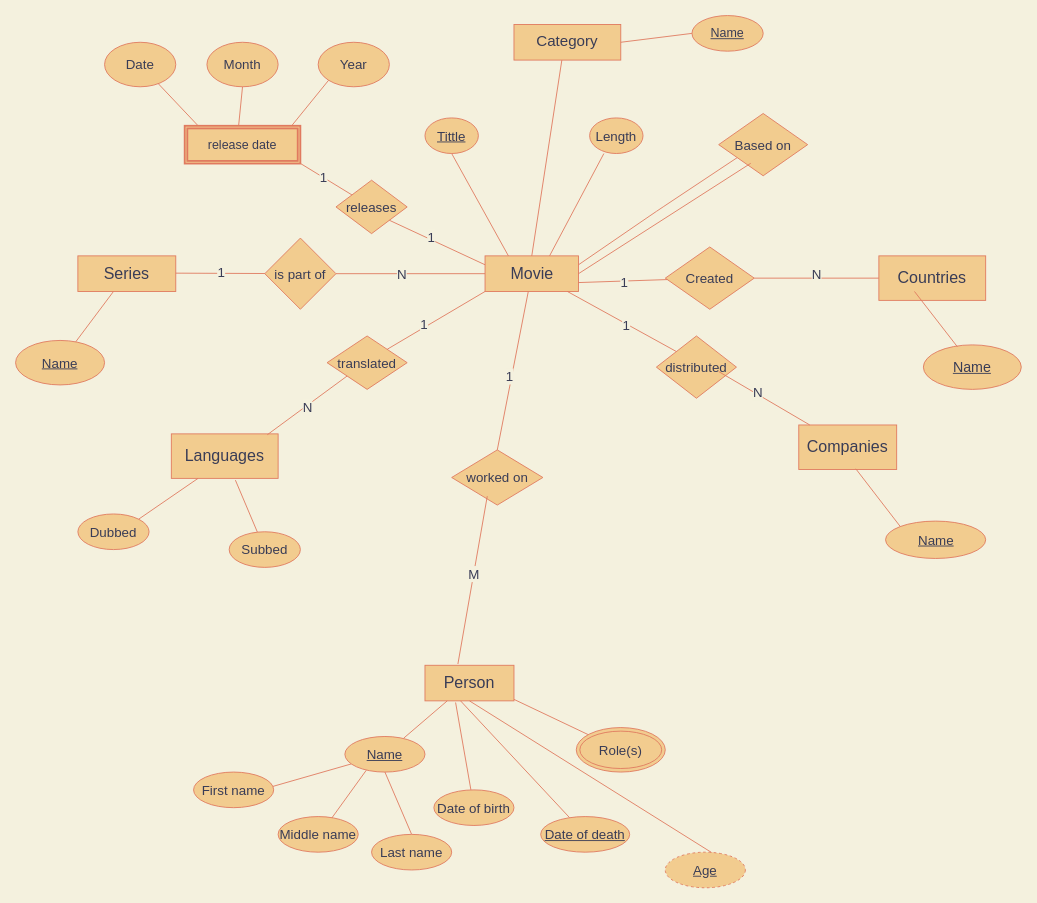
Earlier version of the draw.io diagram Database Entity-relationship model.drawio (anniehuynh/Database-Entity-relationship-model). Source tidied: cells renumbered, new cells numbered last; positions are measured from the earlier drawing's top-left corner, leaving out a move shared by most shapes. Both pictures are drawn from the tidied source at 89%, with x=0, y=0 at pixel (15, 15).
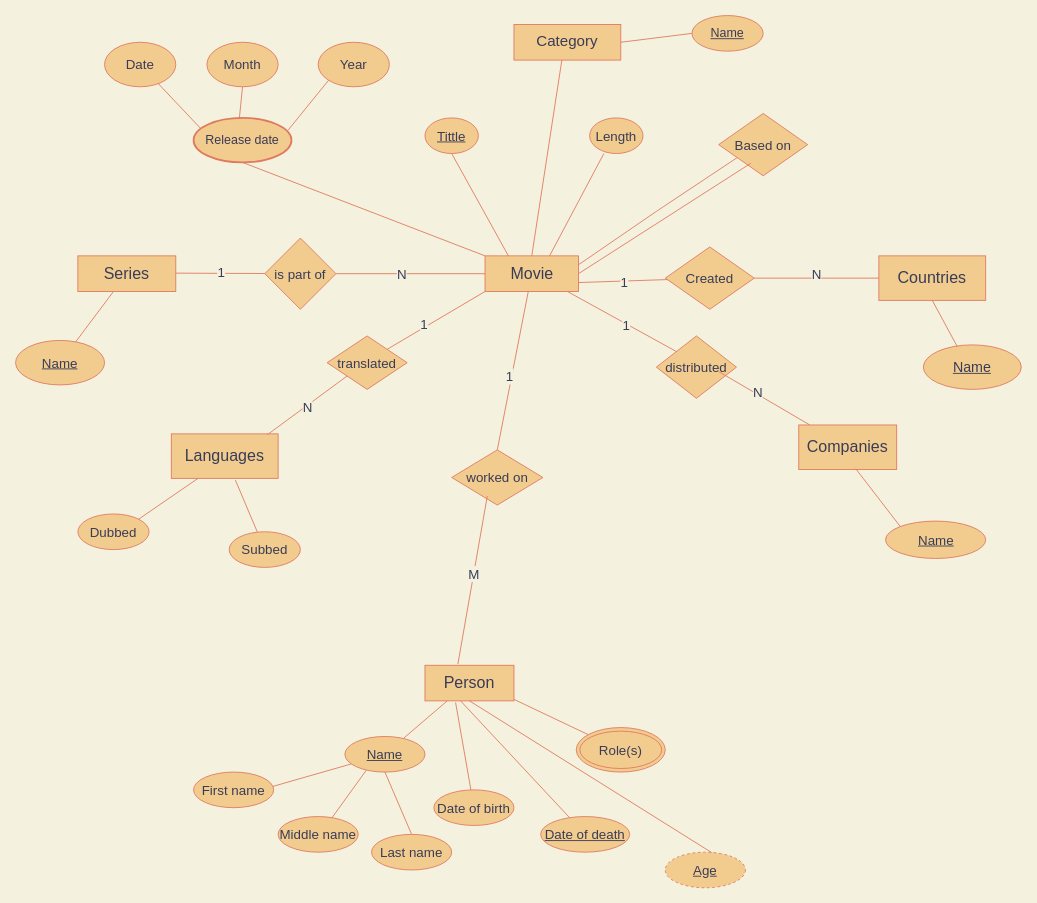
Above is the later version.

The change refers to these unchanged cells:
```xml
<mxCell id="2" value="&lt;font style=&quot;font-size: 18px&quot;&gt;Movie&lt;/font&gt;" style="rounded=0;whiteSpace=wrap;html=1;fillColor=#F2CC8F;strokeColor=#E07A5F;fontColor=#393C56;" parent="1" vertex="1">
  <mxGeometry x="527.5" y="270" width="105" height="40" as="geometry" />
</mxCell>
<mxCell id="7" value="&lt;font style=&quot;font-size: 18px&quot;&gt;Countries&lt;/font&gt;" style="rounded=0;whiteSpace=wrap;html=1;sketch=0;strokeColor=#E07A5F;fillColor=#F2CC8F;fontColor=#393C56;" parent="1" vertex="1">
  <mxGeometry x="970" y="270" width="120" height="50" as="geometry" />
</mxCell>
<mxCell id="8" value="&lt;u&gt;&lt;font style=&quot;font-size: 16px&quot;&gt;Name&lt;/font&gt;&lt;/u&gt;" style="ellipse;whiteSpace=wrap;html=1;rounded=0;fontColor=#393C56;strokeColor=#E07A5F;fillColor=#F2CC8F;sketch=0;" parent="1" vertex="1">
  <mxGeometry x="1020" y="370" width="110" height="50" as="geometry" />
</mxCell>
```

The edit, as a diff of the source:
```diff
@@
-    <mxCell id="25" style="endArrow=none;html=1;strokeColor=#E07A5F;fillColor=#F2CC8F;fontSize=15;fontColor=#393C56;exitX=0.347;exitY=0.042;exitDx=0;exitDy=0;exitPerimeter=0;labelBackgroundColor=#F4F1DE;" parent="1" edge="1" source="8">
-      <mxGeometry relative="1" as="geometry">
-        <mxPoint x="1010" y="310" as="targetPoint" />
-      </mxGeometry>
+    <mxCell id="25" style="endArrow=none;html=1;strokeColor=#E07A5F;fillColor=#F2CC8F;fontSize=15;fontColor=#393C56;exitX=0.347;exitY=0.042;exitDx=0;exitDy=0;exitPerimeter=0;labelBackgroundColor=#F4F1DE;entryX=0.5;entryY=1;entryDx=0;entryDy=0;" parent="1" edge="1" source="8" target="7">
+      <mxGeometry relative="1" as="geometry" />
     </mxCell>
@@
-    <mxCell id="60" value="releases" style="rhombus;whiteSpace=wrap;html=1;rounded=0;sketch=0;strokeColor=#E07A5F;fillColor=#F2CC8F;fontSize=15;fontColor=#393C56;" parent="1" vertex="1">
-      <mxGeometry x="360" y="185" width="80" height="60" as="geometry" />
-    </mxCell>
-    <mxCell id="61" style="endArrow=none;html=1;strokeColor=#E07A5F;fillColor=#F2CC8F;fontSize=15;fontColor=#393C56;entryX=1;entryY=1;entryDx=0;entryDy=0;exitX=0;exitY=0.25;exitDx=0;exitDy=0;labelBackgroundColor=#F4F1DE;" parent="1" edge="1" source="2" target="60">
-      <mxGeometry relative="1" as="geometry" />
-    </mxCell>
-    <mxCell id="62" value="1" style="edgeLabel;html=1;align=center;verticalAlign=middle;fontSize=15;fontColor=#393C56;labelBackgroundColor=#F4F1DE;" parent="61" vertex="1">
-      <mxGeometry x="0.17" y="-3" relative="1" as="geometry" />
-    </mxCell>
-    <mxCell id="63" style="endArrow=none;html=1;strokeColor=#E07A5F;fillColor=#F2CC8F;fontSize=15;fontColor=#393C56;labelBackgroundColor=#F4F1DE;" parent="1" edge="1" source="60">
-      <mxGeometry relative="1" as="geometry">
-        <mxPoint x="310" y="160" as="targetPoint" />
-      </mxGeometry>
+    <mxCell id="63" style="endArrow=none;html=1;strokeColor=#E07A5F;fillColor=#F2CC8F;fontSize=15;fontColor=#393C56;labelBackgroundColor=#F4F1DE;entryX=0.5;entryY=1;entryDx=0;entryDy=0;exitX=0;exitY=0;exitDx=0;exitDy=0;" parent="1" edge="1" source="2" target="82">
+      <mxGeometry relative="1" as="geometry" />
     </mxCell>
-    <mxCell id="64" value="1" style="edgeLabel;html=1;align=center;verticalAlign=middle;fontSize=15;fontColor=#393C56;labelBackgroundColor=#F4F1DE;" parent="63" vertex="1">
-      <mxGeometry x="-0.02" y="-1" relative="1" as="geometry" />
-    </mxCell>
@@
-    <mxCell id="81" value="release date" style="shape=ext;double=1;rounded=0;whiteSpace=wrap;html=1;sketch=0;strokeColor=#E07A5F;fillColor=#F2CC8F;fontSize=14;fontColor=#393C56;strokeWidth=2;perimeterSpacing=2;" parent="1" vertex="1">
-      <mxGeometry x="190" y="123.8" width="130" height="42.5" as="geometry" />
-    </mxCell>
+    <mxCell id="82" value="Release date" style="ellipse;whiteSpace=wrap;html=1;rounded=0;sketch=0;strokeColor=#E07A5F;strokeWidth=2;fillColor=#F2CC8F;fontSize=14;fontColor=#393C56;" parent="1" vertex="1">
+      <mxGeometry x="200" y="115" width="110" height="50" as="geometry" />
+    </mxCell>
```
